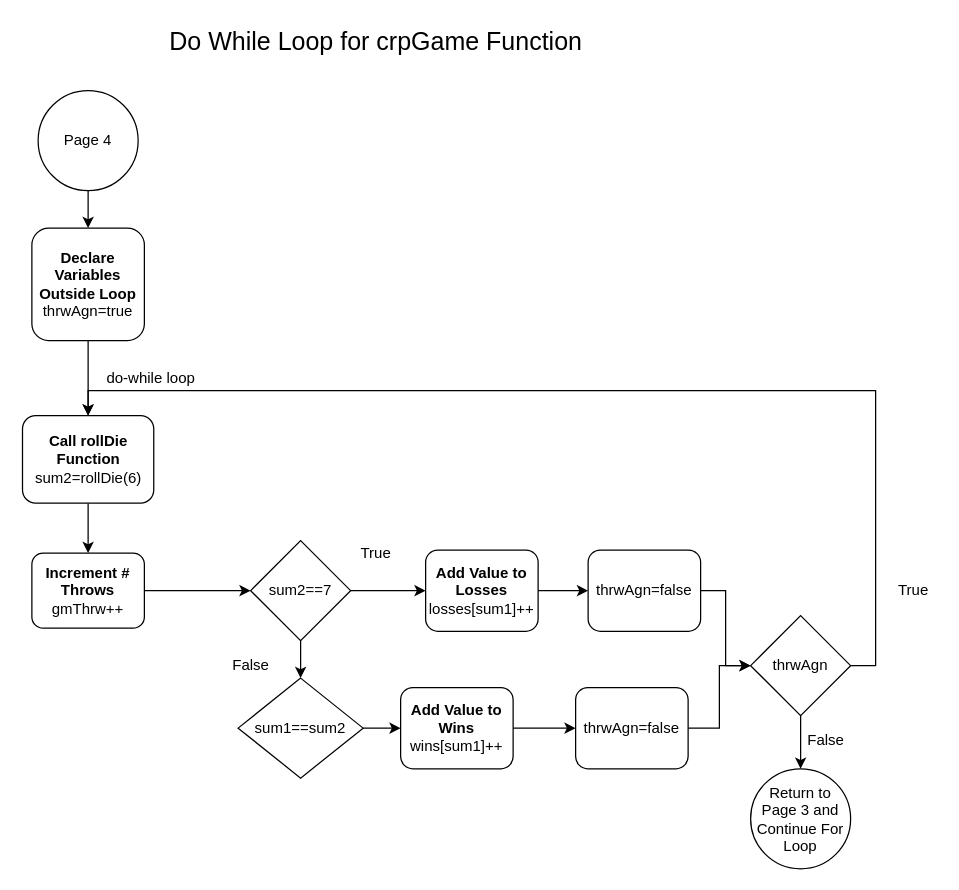
The draw.io diagram page "Page-4" (4 of 7) of Lab/Untitled Diagram.drawio in ce2791334/EnglandCody_CSC17A_49287, before the edit. Source tidied: cells renumbered, new cells numbered last; positions are measured from the earlier drawing's top-left corner, leaving out a move shared by most shapes. Both pictures are drawn from the tidied source at 125%, with x=0, y=0 at pixel (22, 21).
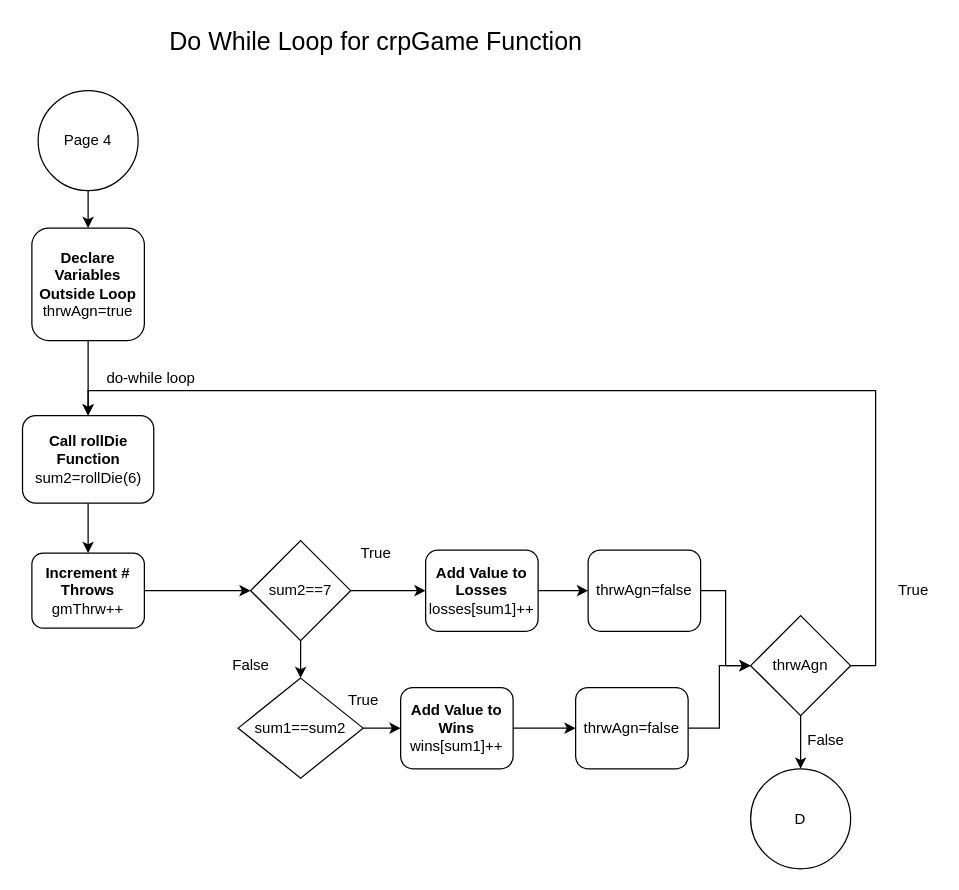
After the change.

The edit, as a diff of the source:
```diff
@@
-    <mxCell id="31" value="Return to Page 3 and Continue For Loop" style="ellipse;whiteSpace=wrap;html=1;strokeWidth=1;fontSize=12;align=center;" parent="1" vertex="1">
+    <mxCell id="31" value="D" style="ellipse;whiteSpace=wrap;html=1;strokeWidth=1;fontSize=12;align=center;" parent="1" vertex="1">
       <mxGeometry x="582" y="597.5" width="80" height="80" as="geometry" />
     </mxCell>
@@
+    <mxCell id="33" value="True" style="text;html=1;align=center;verticalAlign=middle;fontSize=12;" parent="1" vertex="1">
+      <mxGeometry x="252" y="532.5" width="40" height="20" as="geometry" />
+    </mxCell>
```
